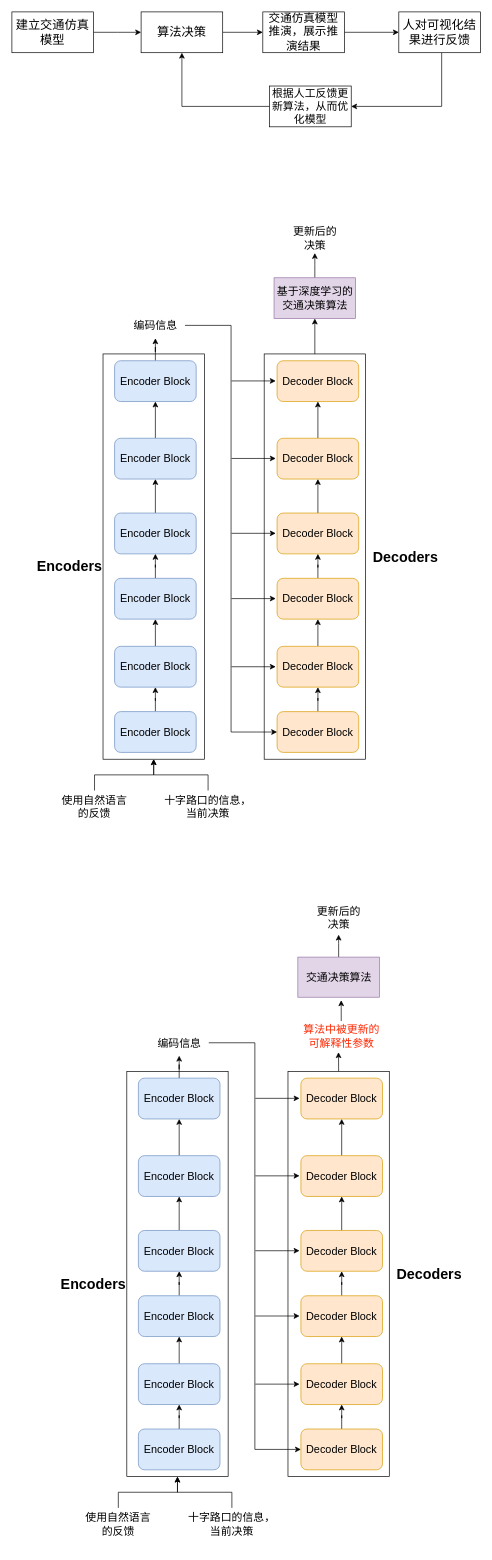
lmqqqqqq/drawio keeps this draw.io diagram as transformer+traffic_predict.drawio. Above is the earlier version. Source tidied: cells renumbered, new cells numbered last; positions are measured from the earlier drawing's top-left corner, leaving out a move shared by most shapes. Both pictures are drawn from the tidied source at 68%, with x=0, y=0 at pixel (12, 12).
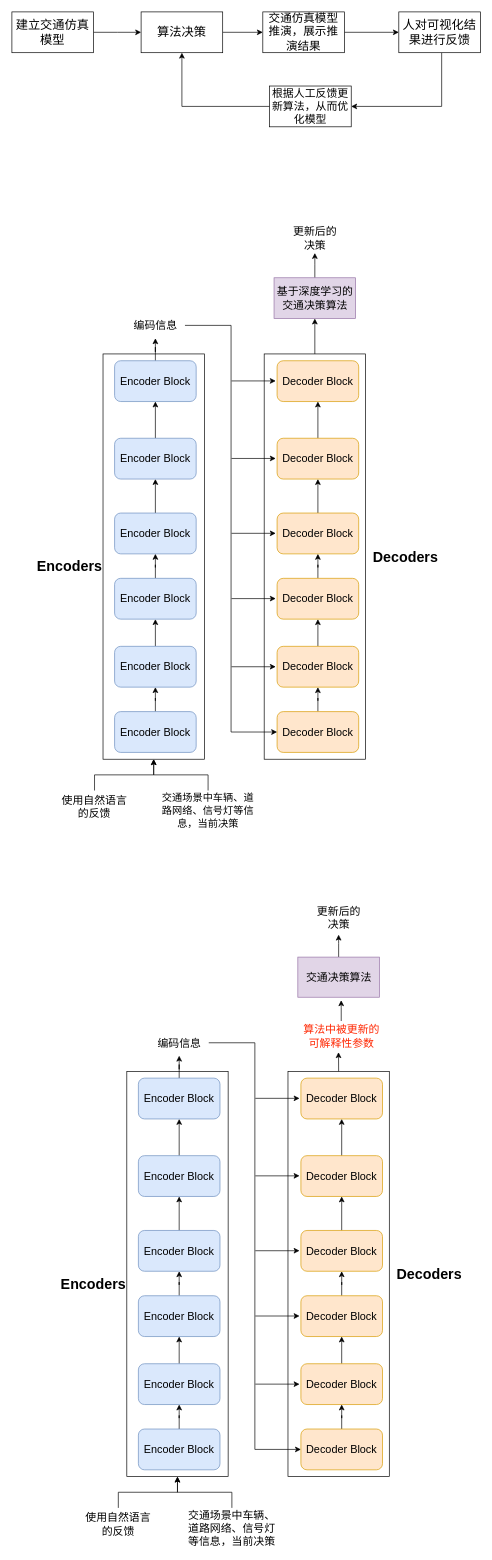
Above is the later version.

The edit, as a diff of the source:
```diff
@@
-    <mxCell id="50" value="十字路口的信息，当前决策" style="text;strokeColor=none;align=center;fillColor=none;html=1;verticalAlign=middle;whiteSpace=wrap;rounded=0;fontSize=16;" parent="1" vertex="1">
-      <mxGeometry x="219" y="1145" width="139" height="48" as="geometry" />
+    <mxCell id="50" value="&lt;font style=&quot;font-size: 15px;&quot;&gt;交通场景中车辆、道路网络、信号灯等信息，当前决策&lt;/font&gt;" style="text;strokeColor=none;align=center;fillColor=none;html=1;verticalAlign=middle;whiteSpace=wrap;rounded=0;fontSize=16;" parent="1" vertex="1">
+      <mxGeometry x="219" y="1145" width="139" height="57" as="geometry" />
     </mxCell>
@@
-    <mxCell id="92" value="十字路口的信息，当前决策" style="text;strokeColor=none;align=center;fillColor=none;html=1;verticalAlign=middle;whiteSpace=wrap;rounded=0;fontSize=16;" parent="1" vertex="1">
-      <mxGeometry x="254" y="2200" width="139" height="48" as="geometry" />
+    <mxCell id="92" value="交通场景中车辆、道路网络、信号灯等信息，当前决策" style="text;strokeColor=none;align=center;fillColor=none;html=1;verticalAlign=middle;whiteSpace=wrap;rounded=0;fontSize=16;" parent="1" vertex="1">
+      <mxGeometry x="254" y="2200" width="139" height="59" as="geometry" />
     </mxCell>
```
